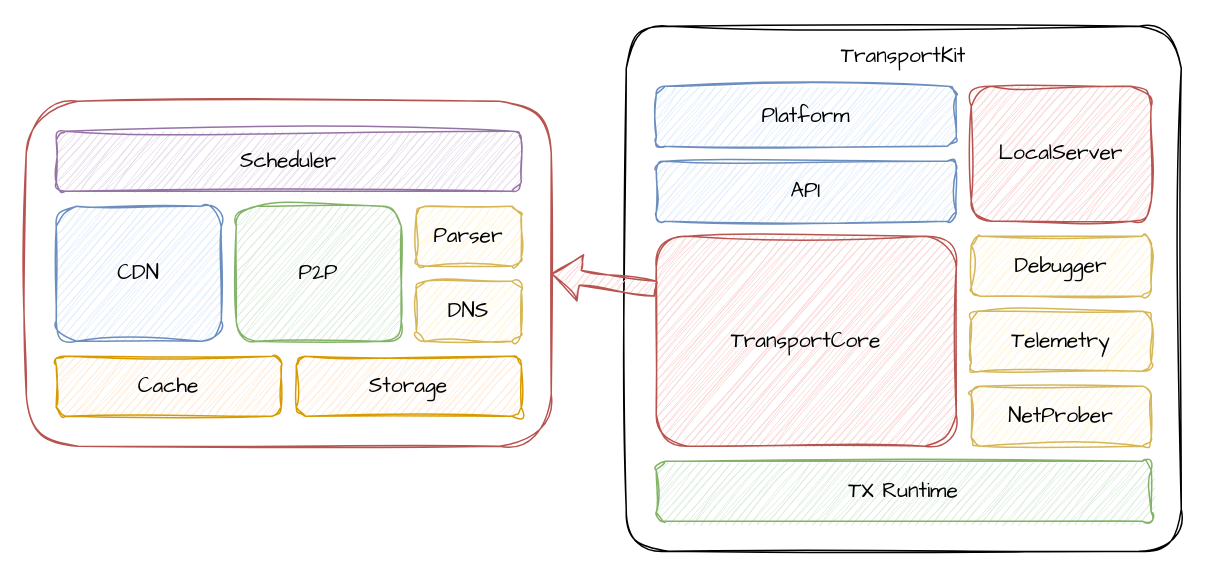
Before: Documents/TransportKit.drawio in mivinci/TransportKit, a draw.io diagram. Source tidied: cells renumbered, new cells numbered last; positions are measured from the earlier drawing's top-left corner, leaving out a move shared by most shapes. Both pictures are drawn from the tidied source at 150%, with x=0, y=0 at pixel (26, 26).
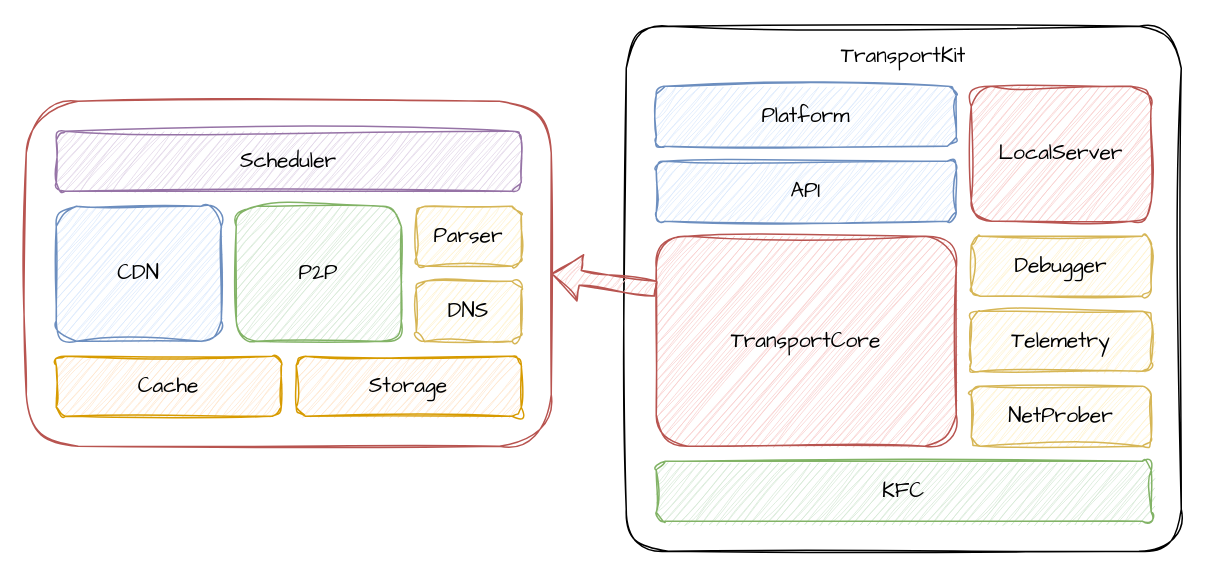
The same page after the edit.

Unchanged cells that the change refers to:
```xml
<mxCell id="2" style="group;" parent="1" vertex="1">
  <mxGeometry x="400" width="370" height="350" as="geometry" />
</mxCell>
```

Change to the diagram source:
```diff
@@
-    <mxCell id="11" value="TX Runtime" style="rounded=1;whiteSpace=wrap;html=1;fillColor=#d5e8d4;strokeColor=#82b366;fontSize=14;fontFamily=Comic Sans MS;sketch=1;curveFitting=1;jiggle=2;" parent="2" vertex="1">
+    <mxCell id="11" value="KFC" style="rounded=1;whiteSpace=wrap;html=1;fillColor=#d5e8d4;strokeColor=#82b366;fontSize=14;fontFamily=Comic Sans MS;sketch=1;curveFitting=1;jiggle=2;" parent="2" vertex="1">
       <mxGeometry x="20" y="290" width="330" height="40" as="geometry" />
     </mxCell>
```
